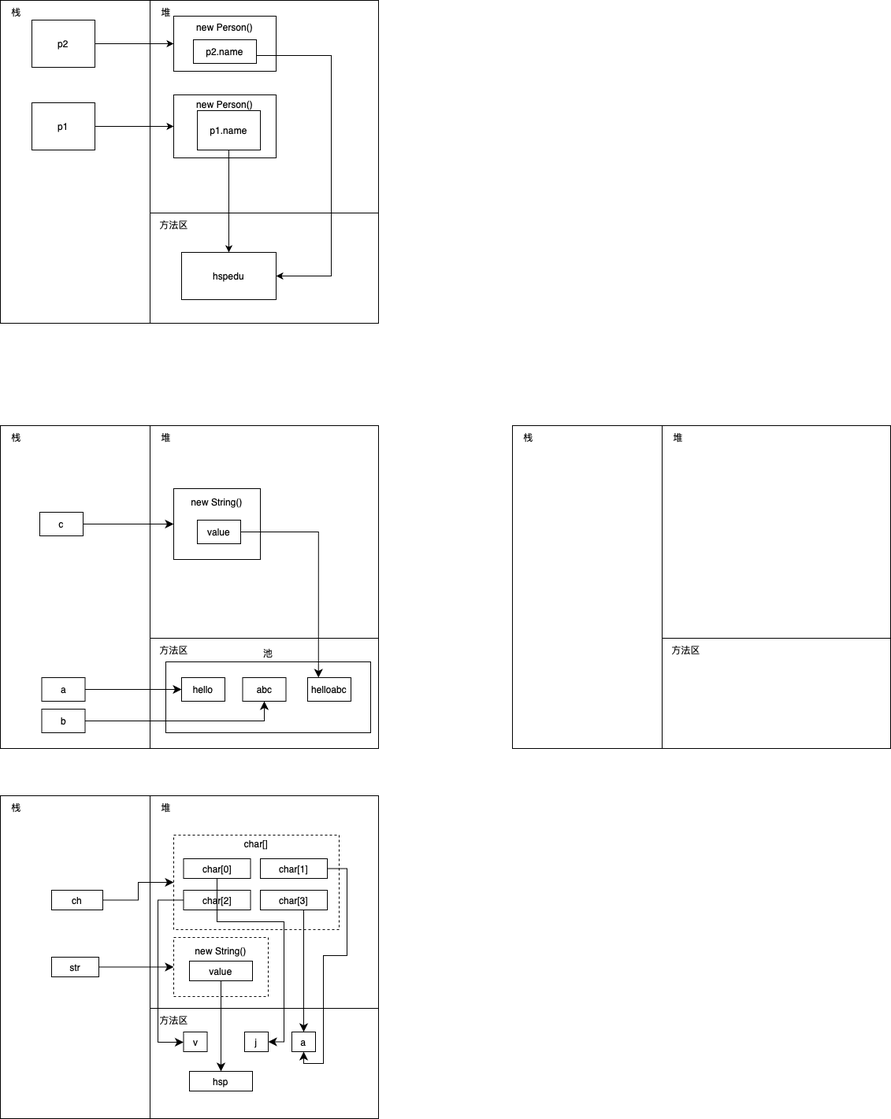
Stolorzs/Picgo keeps this draw.io diagram as drawio/White.png. Above is the earlier version. Source tidied: cells renumbered, new cells last; positions are measured from the earlier drawing's top-left corner, leaving out a move shared by most shapes.
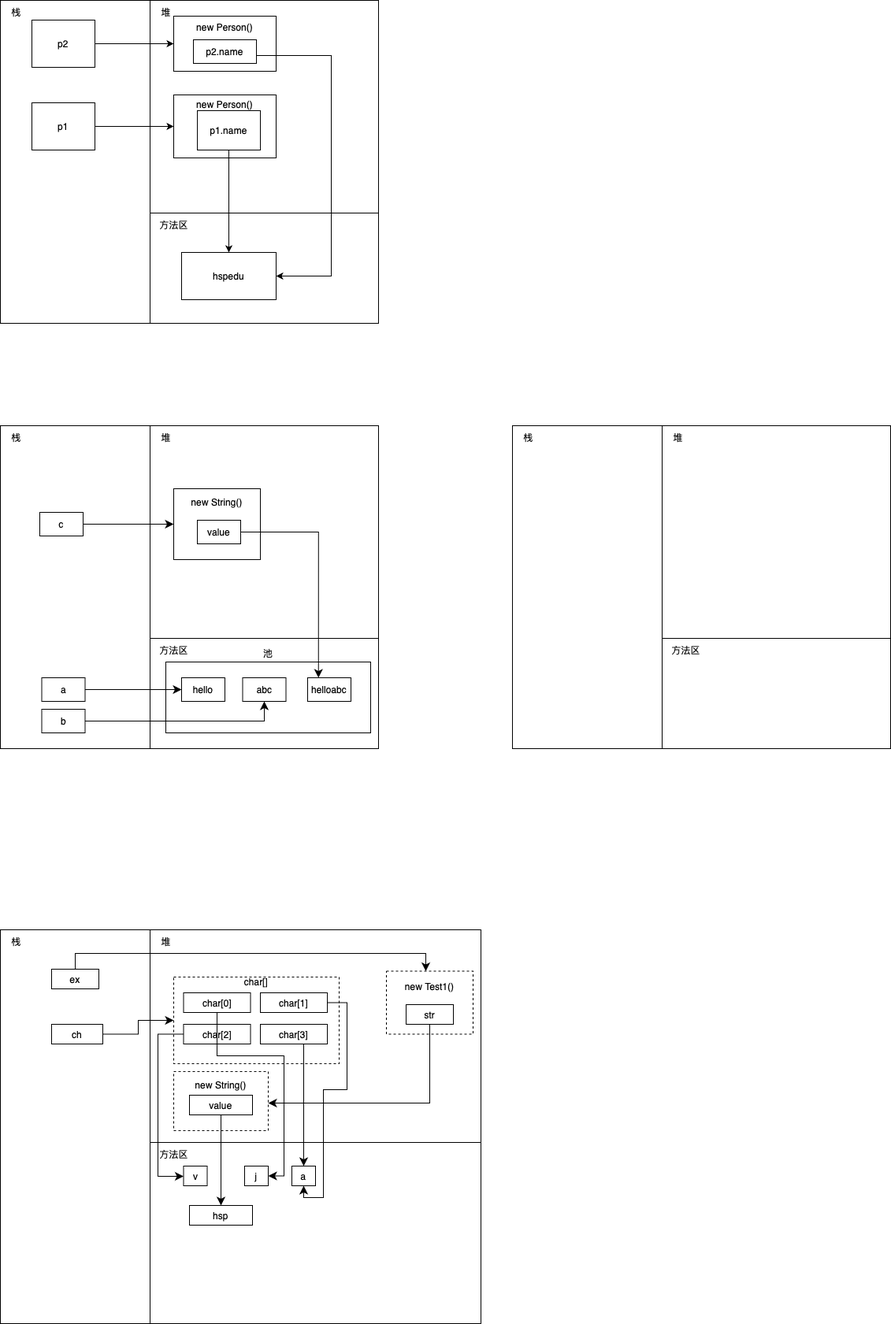
Above is the later version.

The edit, as a diff of the source:
```diff
@@ -3,16 +3,16 @@
     <mxCell id="0" />
     <mxCell id="1" parent="0" />
     <mxCell id="2" style="group;" parent="1" vertex="1">
-      <mxGeometry y="1010" width="480" height="410" as="geometry" />
+      <mxGeometry y="1180" width="620" height="500" as="geometry" />
     </mxCell>
     <mxCell id="3" style="rounded=0;whiteSpace=wrap;html=1;labelBackgroundColor=none;" parent="2" vertex="1">
-      <mxGeometry x="190" y="270" width="290" height="140" as="geometry" />
+      <mxGeometry x="190" y="270" width="420" height="230" as="geometry" />
     </mxCell>
     <mxCell id="4" style="rounded=0;whiteSpace=wrap;html=1;labelBackgroundColor=none;" parent="2" vertex="1">
-      <mxGeometry x="190" width="290" height="270" as="geometry" />
+      <mxGeometry x="190" width="420" height="270" as="geometry" />
     </mxCell>
     <mxCell id="5" style="rounded=0;whiteSpace=wrap;html=1;labelBackgroundColor=none;" parent="2" vertex="1">
-      <mxGeometry width="190" height="410" as="geometry" />
+      <mxGeometry width="190" height="500" as="geometry" />
     </mxCell>
     <mxCell id="6" value="栈" style="text;html=1;align=center;verticalAlign=middle;strokeColor=none;fillColor=none;labelBackgroundColor=none;" parent="2" vertex="1">
       <mxGeometry width="40" height="30" as="geometry" />
@@ -163,94 +163,112 @@
     <mxCell id="53" value="helloabc" style="rounded=0;whiteSpace=wrap;html=1;labelBackgroundColor=none;" parent="1" vertex="1">
       <mxGeometry x="390" y="860" width="55" height="30" as="geometry" />
     </mxCell>
-    <mxCell id="54" style="edgeStyle=none;curved=1;rounded=0;jettySize=auto;html=1;fontSize=12;startSize=8;endSize=8;" parent="1" edge="1" source="55" target="56">
-      <mxGeometry relative="1" as="geometry" />
-    </mxCell>
-    <mxCell id="55" value="str" style="rounded=0;whiteSpace=wrap;html=1;" parent="1" vertex="1">
-      <mxGeometry x="65" y="1215" width="60" height="25" as="geometry" />
-    </mxCell>
     <mxCell id="56" value="new String()&lt;div&gt;&lt;br&gt;&lt;/div&gt;&lt;div&gt;&lt;br&gt;&lt;/div&gt;&lt;div&gt;&lt;br&gt;&lt;/div&gt;" style="rounded=0;whiteSpace=wrap;html=1;dashed=1;" parent="1" vertex="1">
-      <mxGeometry x="220" y="1190" width="120" height="75" as="geometry" />
+      <mxGeometry x="220" y="1360" width="120" height="75" as="geometry" />
     </mxCell>
     <mxCell id="57" value="hsp" style="rounded=0;whiteSpace=wrap;html=1;" parent="1" vertex="1">
-      <mxGeometry x="240" y="1360" width="80" height="25" as="geometry" />
+      <mxGeometry x="240" y="1530" width="80" height="25" as="geometry" />
     </mxCell>
     <mxCell id="58" style="edgeStyle=orthogonalEdgeStyle;rounded=0;jettySize=auto;html=1;fontSize=12;startSize=8;endSize=8;" parent="1" edge="1" source="59" target="57">
       <mxGeometry relative="1" as="geometry">
         <Array as="points">
-          <mxPoint x="280" y="1300" />
-          <mxPoint x="280" y="1300" />
+          <mxPoint x="280" y="1470" />
+          <mxPoint x="280" y="1470" />
         </Array>
       </mxGeometry>
     </mxCell>
     <mxCell id="59" value="value" style="rounded=0;whiteSpace=wrap;html=1;" parent="1" vertex="1">
-      <mxGeometry x="240" y="1220" width="80" height="25" as="geometry" />
+      <mxGeometry x="240" y="1390" width="80" height="25" as="geometry" />
     </mxCell>
     <mxCell id="60" style="edgeStyle=orthogonalEdgeStyle;rounded=0;jettySize=auto;html=1;fontSize=12;startSize=8;endSize=8;" parent="1" edge="1" source="61" target="62">
       <mxGeometry relative="1" as="geometry" />
     </mxCell>
     <mxCell id="61" value="ch" style="rounded=0;whiteSpace=wrap;html=1;" parent="1" vertex="1">
-      <mxGeometry x="65" y="1130" width="65" height="25" as="geometry" />
+      <mxGeometry x="65" y="1300" width="65" height="25" as="geometry" />
     </mxCell>
     <mxCell id="62" value="char[]&lt;div&gt;&lt;br&gt;&lt;/div&gt;&lt;div&gt;&lt;br&gt;&lt;/div&gt;&lt;div&gt;&lt;br&gt;&lt;/div&gt;&lt;div&gt;&lt;br&gt;&lt;/div&gt;&lt;div&gt;&lt;br&gt;&lt;/div&gt;&lt;div&gt;&lt;br&gt;&lt;/div&gt;&lt;div&gt;&lt;br&gt;&lt;/div&gt;" style="rounded=0;whiteSpace=wrap;html=1;dashed=1;" parent="1" vertex="1">
-      <mxGeometry x="220" y="1060" width="210" height="120" as="geometry" />
+      <mxGeometry x="220" y="1240" width="210" height="110" as="geometry" />
     </mxCell>
     <mxCell id="63" value="j" style="rounded=0;whiteSpace=wrap;html=1;" parent="1" vertex="1">
-      <mxGeometry x="310" y="1310" width="30" height="25" as="geometry" />
+      <mxGeometry x="310" y="1480" width="30" height="25" as="geometry" />
     </mxCell>
     <mxCell id="64" value="a" style="rounded=0;whiteSpace=wrap;html=1;" parent="1" vertex="1">
-      <mxGeometry x="370" y="1310" width="30" height="25" as="geometry" />
+      <mxGeometry x="370" y="1480" width="30" height="25" as="geometry" />
     </mxCell>
     <mxCell id="65" value="v" style="rounded=0;whiteSpace=wrap;html=1;" parent="1" vertex="1">
-      <mxGeometry x="232.5" y="1310" width="30" height="25" as="geometry" />
+      <mxGeometry x="232.5" y="1480" width="30" height="25" as="geometry" />
     </mxCell>
     <mxCell id="66" value="char[0]" style="rounded=0;whiteSpace=wrap;html=1;" parent="1" vertex="1">
-      <mxGeometry x="232.5" y="1090" width="85" height="25" as="geometry" />
+      <mxGeometry x="232.5" y="1260" width="85" height="25" as="geometry" />
     </mxCell>
     <mxCell id="67" style="edgeStyle=orthogonalEdgeStyle;rounded=0;jettySize=auto;html=1;entryX=0.5;entryY=1;entryDx=0;entryDy=0;fontSize=12;startSize=8;endSize=8;" parent="1" edge="1" source="68" target="64">
       <mxGeometry relative="1" as="geometry">
         <Array as="points">
-          <mxPoint x="440" y="1103" />
-          <mxPoint x="440" y="1213" />
-          <mxPoint x="410" y="1213" />
-          <mxPoint x="410" y="1350" />
-          <mxPoint x="385" y="1350" />
+          <mxPoint x="440" y="1273" />
+          <mxPoint x="440" y="1383" />
+          <mxPoint x="410" y="1383" />
+          <mxPoint x="410" y="1520" />
+          <mxPoint x="385" y="1520" />
         </Array>
       </mxGeometry>
     </mxCell>
     <mxCell id="68" value="char[1]" style="rounded=0;whiteSpace=wrap;html=1;" parent="1" vertex="1">
-      <mxGeometry x="330" y="1090" width="85" height="25" as="geometry" />
+      <mxGeometry x="330" y="1260" width="85" height="25" as="geometry" />
     </mxCell>
     <mxCell id="69" style="edgeStyle=orthogonalEdgeStyle;rounded=0;jettySize=auto;html=1;fontSize=12;startSize=8;endSize=8;" parent="1" edge="1" source="70" target="65">
       <mxGeometry relative="1" as="geometry">
         <Array as="points">
-          <mxPoint x="200" y="1143" />
-          <mxPoint x="200" y="1323" />
+          <mxPoint x="200" y="1313" />
+          <mxPoint x="200" y="1493" />
         </Array>
       </mxGeometry>
     </mxCell>
     <mxCell id="70" value="char[2]" style="rounded=0;whiteSpace=wrap;html=1;" parent="1" vertex="1">
-      <mxGeometry x="232.5" y="1130" width="85" height="25" as="geometry" />
+      <mxGeometry x="232.5" y="1300" width="85" height="25" as="geometry" />
     </mxCell>
     <mxCell id="71" style="edgeStyle=orthogonalEdgeStyle;rounded=0;jettySize=auto;html=1;fontSize=12;startSize=8;endSize=8;" parent="1" edge="1" source="72" target="64">
       <mxGeometry relative="1" as="geometry">
         <Array as="points">
-          <mxPoint x="385" y="1200" />
-          <mxPoint x="385" y="1200" />
+          <mxPoint x="385" y="1370" />
+          <mxPoint x="385" y="1370" />
         </Array>
       </mxGeometry>
     </mxCell>
     <mxCell id="72" value="char[3]" style="rounded=0;whiteSpace=wrap;html=1;" parent="1" vertex="1">
-      <mxGeometry x="330" y="1130" width="85" height="25" as="geometry" />
+      <mxGeometry x="330" y="1300" width="85" height="25" as="geometry" />
     </mxCell>
     <mxCell id="73" style="edgeStyle=orthogonalEdgeStyle;rounded=0;jettySize=auto;html=1;entryX=1;entryY=0.5;entryDx=0;entryDy=0;fontSize=12;startSize=8;endSize=8;" parent="1" edge="1" source="66" target="63">
       <mxGeometry relative="1" as="geometry">
         <Array as="points">
-          <mxPoint x="275" y="1170" />
-          <mxPoint x="360" y="1170" />
-          <mxPoint x="360" y="1323" />
+          <mxPoint x="275" y="1340" />
+          <mxPoint x="360" y="1340" />
+          <mxPoint x="360" y="1493" />
         </Array>
       </mxGeometry>
     </mxCell>
+    <mxCell id="74" value="new Test1()&lt;div&gt;&lt;div&gt;&lt;br&gt;&lt;/div&gt;&lt;div&gt;&lt;br&gt;&lt;/div&gt;&lt;div&gt;&lt;br&gt;&lt;/div&gt;&lt;/div&gt;" style="rounded=0;whiteSpace=wrap;html=1;dashed=1;" parent="1" vertex="1">
+      <mxGeometry x="490" y="1232.5" width="110" height="80" as="geometry" />
+    </mxCell>
+    <mxCell id="55" value="str" style="rounded=0;whiteSpace=wrap;html=1;" parent="1" vertex="1">
+      <mxGeometry x="515" y="1275" width="60" height="25" as="geometry" />
+    </mxCell>
+    <mxCell id="54" style="edgeStyle=orthogonalEdgeStyle;rounded=0;jettySize=auto;html=1;fontSize=12;startSize=8;endSize=8;" parent="1" edge="1" source="55" target="56">
+      <mxGeometry relative="1" as="geometry">
+        <Array as="points">
+          <mxPoint x="545" y="1400" />
+        </Array>
+      </mxGeometry>
+    </mxCell>
+    <mxCell id="75" style="edgeStyle=orthogonalEdgeStyle;rounded=0;jettySize=auto;html=1;fontSize=12;startSize=8;endSize=8;" parent="1" edge="1" source="76" target="74">
+      <mxGeometry relative="1" as="geometry">
+        <Array as="points">
+          <mxPoint x="95" y="1210" />
+          <mxPoint x="540" y="1210" />
+        </Array>
+      </mxGeometry>
+    </mxCell>
+    <mxCell id="76" value="ex" style="rounded=0;whiteSpace=wrap;html=1;" parent="1" vertex="1">
+      <mxGeometry x="65" y="1230" width="60" height="25" as="geometry" />
+    </mxCell>
   </root>
 </mxGraphModel>
```
